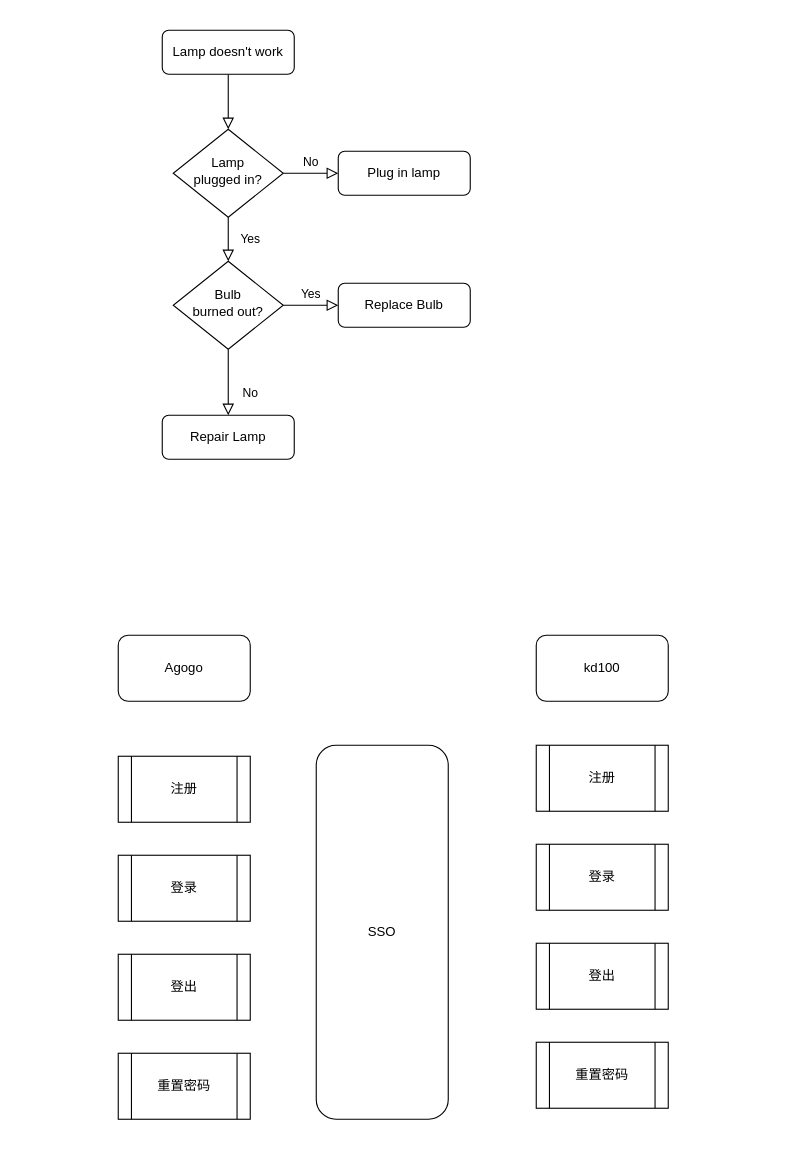
The draw.io diagram Untitled Diagram.drawio in KAKALZF/image, before the edit. Source tidied: cells renumbered, new cells numbered last; positions are measured from the earlier drawing's top-left corner, leaving out a move shared by most shapes. Both pictures are drawn from the tidied source at 110%, with x=0, y=0 at pixel (118, 30).
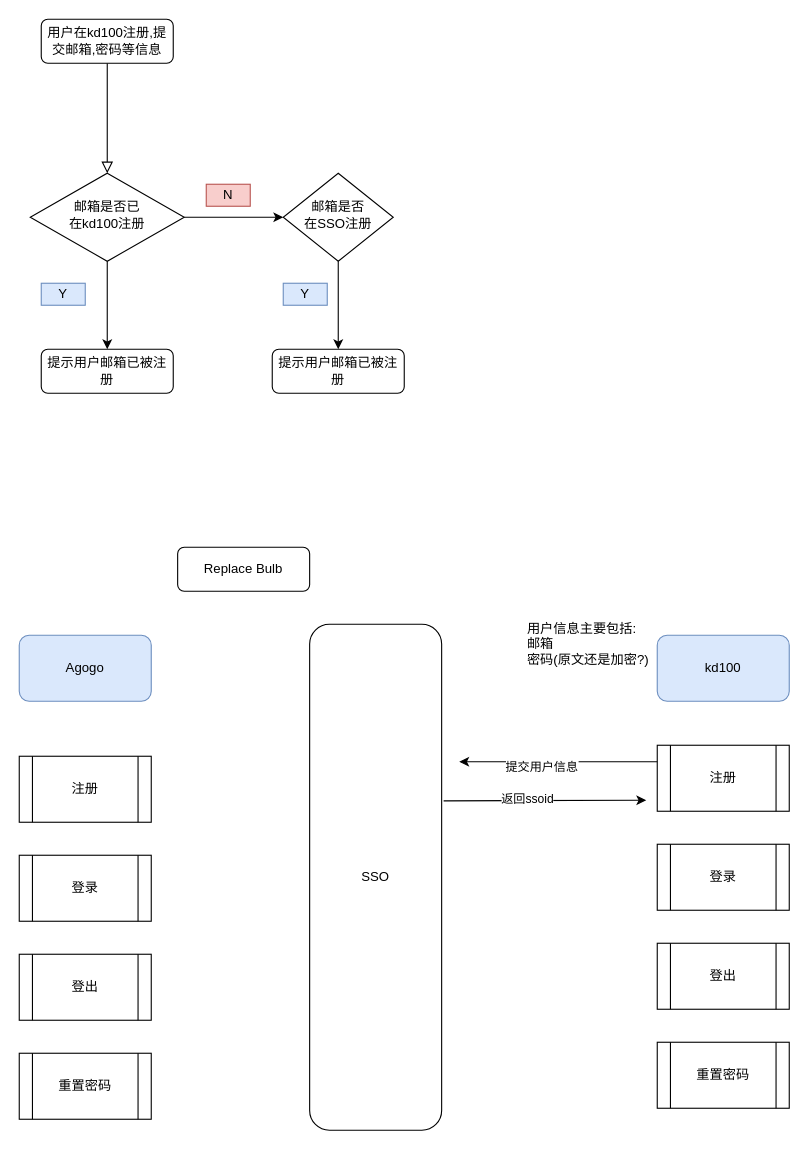
The same diagram, later.

The change refers to these unchanged cells:
```xml
<mxCell id="22" value="注册" style="shape=process;whiteSpace=wrap;html=1;backgroundOutline=1;align=center;verticalAlign=middle;" parent="21" vertex="1">
  <mxGeometry width="120" height="60" as="geometry" />
</mxCell>
```

The edit, as a diff of the source:
```diff
@@
-    <mxCell id="3" value="Lamp doesn't work" style="rounded=1;whiteSpace=wrap;html=1;fontSize=12;glass=0;strokeWidth=1;shadow=0;" parent="1" vertex="1">
-      <mxGeometry x="40" width="120" height="40" as="geometry" />
+    <mxCell id="3" value="用户在kd100注册,提交邮箱,密码等信息" style="rounded=1;whiteSpace=wrap;html=1;fontSize=12;glass=0;strokeWidth=1;shadow=0;" parent="1" vertex="1">
+      <mxGeometry x="-70" y="-10" width="120" height="40" as="geometry" />
     </mxCell>
-    <mxCell id="4" value="Yes" style="rounded=0;html=1;jettySize=auto;fontSize=11;endArrow=block;endFill=0;endSize=8;strokeWidth=1;shadow=0;labelBackgroundColor=none;edgeStyle=orthogonalEdgeStyle;" parent="1" edge="1" source="6" target="10">
-      <mxGeometry y="20" relative="1" as="geometry" />
-    </mxCell>
-    <mxCell id="5" value="No" style="edgeStyle=orthogonalEdgeStyle;rounded=0;html=1;jettySize=auto;fontSize=11;endArrow=block;endFill=0;endSize=8;strokeWidth=1;shadow=0;labelBackgroundColor=none;" parent="1" edge="1" source="6" target="7">
-      <mxGeometry y="10" relative="1" as="geometry" />
-    </mxCell>
+    <mxCell id="26" style="edgeStyle=orthogonalEdgeStyle;rounded=0;jettySize=auto;html=1;exitX=0.5;exitY=1;exitDx=0;exitDy=0;entryX=0.5;entryY=0;entryDx=0;entryDy=0;" parent="1" edge="1" source="6" target="11">
+      <mxGeometry relative="1" as="geometry" />
+    </mxCell>
+    <mxCell id="27" style="edgeStyle=orthogonalEdgeStyle;rounded=0;jettySize=auto;html=1;exitX=1;exitY=0.5;exitDx=0;exitDy=0;entryX=0;entryY=0.5;entryDx=0;entryDy=0;" parent="1" edge="1" source="6">
+      <mxGeometry relative="1" as="geometry">
+        <mxPoint x="150" y="170" as="targetPoint" />
+      </mxGeometry>
+    </mxCell>
-    <mxCell id="6" value="Lamp&lt;br&gt;plugged in?" style="rhombus;whiteSpace=wrap;html=1;shadow=0;fontFamily=Helvetica;fontSize=12;align=center;strokeWidth=1;spacing=6;spacingTop=-4;" parent="1" vertex="1">
-      <mxGeometry x="50" y="90" width="100" height="80" as="geometry" />
+    <mxCell id="6" value="&lt;div&gt;邮箱是否已&lt;/div&gt;&lt;div&gt;在kd100注册&lt;/div&gt;" style="rhombus;whiteSpace=wrap;html=1;shadow=0;fontFamily=Helvetica;fontSize=12;align=center;strokeWidth=1;spacing=6;spacingTop=-4;" parent="1" vertex="1">
+      <mxGeometry x="-80" y="130" width="140" height="80" as="geometry" />
     </mxCell>
-    <mxCell id="7" value="Plug in lamp" style="rounded=1;whiteSpace=wrap;html=1;fontSize=12;glass=0;strokeWidth=1;shadow=0;" parent="1" vertex="1">
-      <mxGeometry x="200" y="110" width="120" height="40" as="geometry" />
-    </mxCell>
-    <mxCell id="8" value="No" style="rounded=0;html=1;jettySize=auto;fontSize=11;endArrow=block;endFill=0;endSize=8;strokeWidth=1;shadow=0;labelBackgroundColor=none;edgeStyle=orthogonalEdgeStyle;" parent="1" edge="1" source="10" target="11">
-      <mxGeometry x="0.33" y="20" relative="1" as="geometry" />
-    </mxCell>
-    <mxCell id="9" value="Yes" style="edgeStyle=orthogonalEdgeStyle;rounded=0;html=1;jettySize=auto;fontSize=11;endArrow=block;endFill=0;endSize=8;strokeWidth=1;shadow=0;labelBackgroundColor=none;" parent="1" edge="1" source="10" target="12">
-      <mxGeometry y="10" relative="1" as="geometry" />
-    </mxCell>
+    <mxCell id="28" style="edgeStyle=orthogonalEdgeStyle;rounded=0;jettySize=auto;html=1;exitX=0.5;exitY=1;exitDx=0;exitDy=0;entryX=0.5;entryY=0;entryDx=0;entryDy=0;" parent="1" edge="1" source="10" target="38">
+      <mxGeometry relative="1" as="geometry" />
+    </mxCell>
-    <mxCell id="10" value="Bulb&lt;br&gt;burned out?" style="rhombus;whiteSpace=wrap;html=1;shadow=0;fontFamily=Helvetica;fontSize=12;align=center;strokeWidth=1;spacing=6;spacingTop=-4;" parent="1" vertex="1">
-      <mxGeometry x="50" y="210" width="100" height="80" as="geometry" />
+    <mxCell id="10" value="&lt;div&gt;邮箱是否&lt;/div&gt;&lt;div&gt;在SSO注册&lt;/div&gt;" style="rhombus;whiteSpace=wrap;html=1;shadow=0;fontFamily=Helvetica;fontSize=12;align=center;strokeWidth=1;spacing=6;spacingTop=-4;" parent="1" vertex="1">
+      <mxGeometry x="150" y="130" width="100" height="80" as="geometry" />
     </mxCell>
-    <mxCell id="11" value="Repair Lamp" style="rounded=1;whiteSpace=wrap;html=1;fontSize=12;glass=0;strokeWidth=1;shadow=0;" parent="1" vertex="1">
-      <mxGeometry x="40" y="350" width="120" height="40" as="geometry" />
+    <mxCell id="11" value="提示用户邮箱已被注册" style="rounded=1;whiteSpace=wrap;html=1;fontSize=12;glass=0;strokeWidth=1;shadow=0;" parent="1" vertex="1">
+      <mxGeometry x="-70" y="290" width="120" height="40" as="geometry" />
     </mxCell>
     <mxCell id="12" value="Replace Bulb" style="rounded=1;whiteSpace=wrap;html=1;fontSize=12;glass=0;strokeWidth=1;shadow=0;" parent="1" vertex="1">
-      <mxGeometry x="200" y="230" width="120" height="40" as="geometry" />
+      <mxGeometry x="54" y="470" width="120" height="40" as="geometry" />
     </mxCell>
-    <mxCell id="13" value="kd100" style="rounded=1;whiteSpace=wrap;html=1;" parent="1" vertex="1">
-      <mxGeometry x="380" y="550" width="120" height="60" as="geometry" />
-    </mxCell>
+    <mxCell id="29" style="edgeStyle=orthogonalEdgeStyle;rounded=0;jettySize=auto;html=1;exitX=1.015;exitY=0.349;exitDx=0;exitDy=0;exitPerimeter=0;" parent="1" edge="1" source="15">
+      <mxGeometry relative="1" as="geometry">
+        <mxPoint x="480" y="700" as="targetPoint" />
+      </mxGeometry>
+    </mxCell>
+    <mxCell id="30" value="返回ssoid" style="edgeLabel;html=1;align=center;verticalAlign=middle;" parent="29" vertex="1">
+      <mxGeometry x="-0.18" y="2" relative="1" as="geometry" />
+    </mxCell>
+    <mxCell id="15" value="SSO" style="rounded=1;whiteSpace=wrap;html=1;align=center;verticalAlign=middle;" parent="1" vertex="1">
+      <mxGeometry x="174" y="540" width="120" height="460" as="geometry" />
+    </mxCell>
+    <mxCell id="31" style="group;" parent="1" vertex="1">
+      <mxGeometry x="-90" y="550" width="120" height="440" as="geometry" />
+    </mxCell>
-    <mxCell id="14" value="Agogo" style="rounded=1;whiteSpace=wrap;html=1;align=center;verticalAlign=middle;" parent="1" vertex="1">
-      <mxGeometry y="550" width="120" height="60" as="geometry" />
+    <mxCell id="14" value="Agogo" style="rounded=1;whiteSpace=wrap;html=1;align=center;verticalAlign=middle;fillColor=#dae8fc;strokeColor=#6c8ebf;" parent="31" vertex="1">
+      <mxGeometry width="120" height="60" as="geometry" />
     </mxCell>
-    <mxCell id="15" value="SSO" style="rounded=1;whiteSpace=wrap;html=1;align=center;verticalAlign=middle;" parent="1" vertex="1">
-      <mxGeometry x="180" y="650" width="120" height="340" as="geometry" />
-    </mxCell>
-    <mxCell id="16" style="group;" parent="1" vertex="1">
-      <mxGeometry y="660" width="120" height="330" as="geometry" />
+    <mxCell id="16" style="group;" parent="31" vertex="1">
+      <mxGeometry y="110" width="120" height="330" as="geometry" />
     </mxCell>
@@
+    <mxCell id="32" style="group;" parent="1" vertex="1">
+      <mxGeometry x="490" y="550" width="120" height="430" as="geometry" />
+    </mxCell>
+    <mxCell id="13" value="kd100" style="rounded=1;whiteSpace=wrap;html=1;fillColor=#dae8fc;strokeColor=#6c8ebf;" parent="32" vertex="1">
+      <mxGeometry width="120" height="60" as="geometry" />
+    </mxCell>
-    <mxCell id="21" style="group;" parent="1" vertex="1">
-      <mxGeometry x="380" y="650" width="120" height="330" as="geometry" />
+    <mxCell id="21" style="group;" parent="32" vertex="1">
+      <mxGeometry y="100" width="120" height="330" as="geometry" />
     </mxCell>
@@
+    <mxCell id="33" style="edgeStyle=orthogonalEdgeStyle;rounded=0;jettySize=auto;html=1;exitX=0;exitY=0.25;exitDx=0;exitDy=0;" parent="1" edge="1" source="22">
+      <mxGeometry relative="1" as="geometry">
+        <mxPoint x="310" y="665" as="targetPoint" />
+      </mxGeometry>
+    </mxCell>
+    <mxCell id="34" value="提交用户信息" style="edgeLabel;html=1;align=center;verticalAlign=middle;" parent="33" vertex="1">
+      <mxGeometry x="0.17" y="4" relative="1" as="geometry" />
+    </mxCell>
+    <mxCell id="35" value="&lt;div align=&quot;left&quot;&gt;用户信息主要包括:&lt;/div&gt;&lt;div align=&quot;left&quot;&gt;邮箱&lt;/div&gt;&lt;div align=&quot;left&quot;&gt;密码(原文还是加密?)&lt;/div&gt;" style="text;html=1;strokeColor=none;fillColor=none;align=left;verticalAlign=top;whiteSpace=wrap;rounded=0;" parent="1" vertex="1">
+      <mxGeometry x="370" y="530" width="160" height="140" as="geometry" />
+    </mxCell>
+    <mxCell id="36" value="Y" style="text;html=1;strokeColor=#6c8ebf;fillColor=#dae8fc;align=center;verticalAlign=middle;whiteSpace=wrap;rounded=0;" parent="1" vertex="1">
+      <mxGeometry x="-70" y="230" width="40" height="20" as="geometry" />
+    </mxCell>
+    <mxCell id="37" value="N" style="text;html=1;strokeColor=#b85450;fillColor=#f8cecc;align=center;verticalAlign=middle;whiteSpace=wrap;rounded=0;" parent="1" vertex="1">
+      <mxGeometry x="80" y="140" width="40" height="20" as="geometry" />
+    </mxCell>
+    <mxCell id="38" value="提示用户邮箱已被注册" style="rounded=1;whiteSpace=wrap;html=1;fontSize=12;glass=0;strokeWidth=1;shadow=0;" parent="1" vertex="1">
+      <mxGeometry x="140" y="290" width="120" height="40" as="geometry" />
+    </mxCell>
+    <mxCell id="39" value="Y" style="text;html=1;strokeColor=#6c8ebf;fillColor=#dae8fc;align=center;verticalAlign=middle;whiteSpace=wrap;rounded=0;" parent="1" vertex="1">
+      <mxGeometry x="150" y="230" width="40" height="20" as="geometry" />
+    </mxCell>
```
